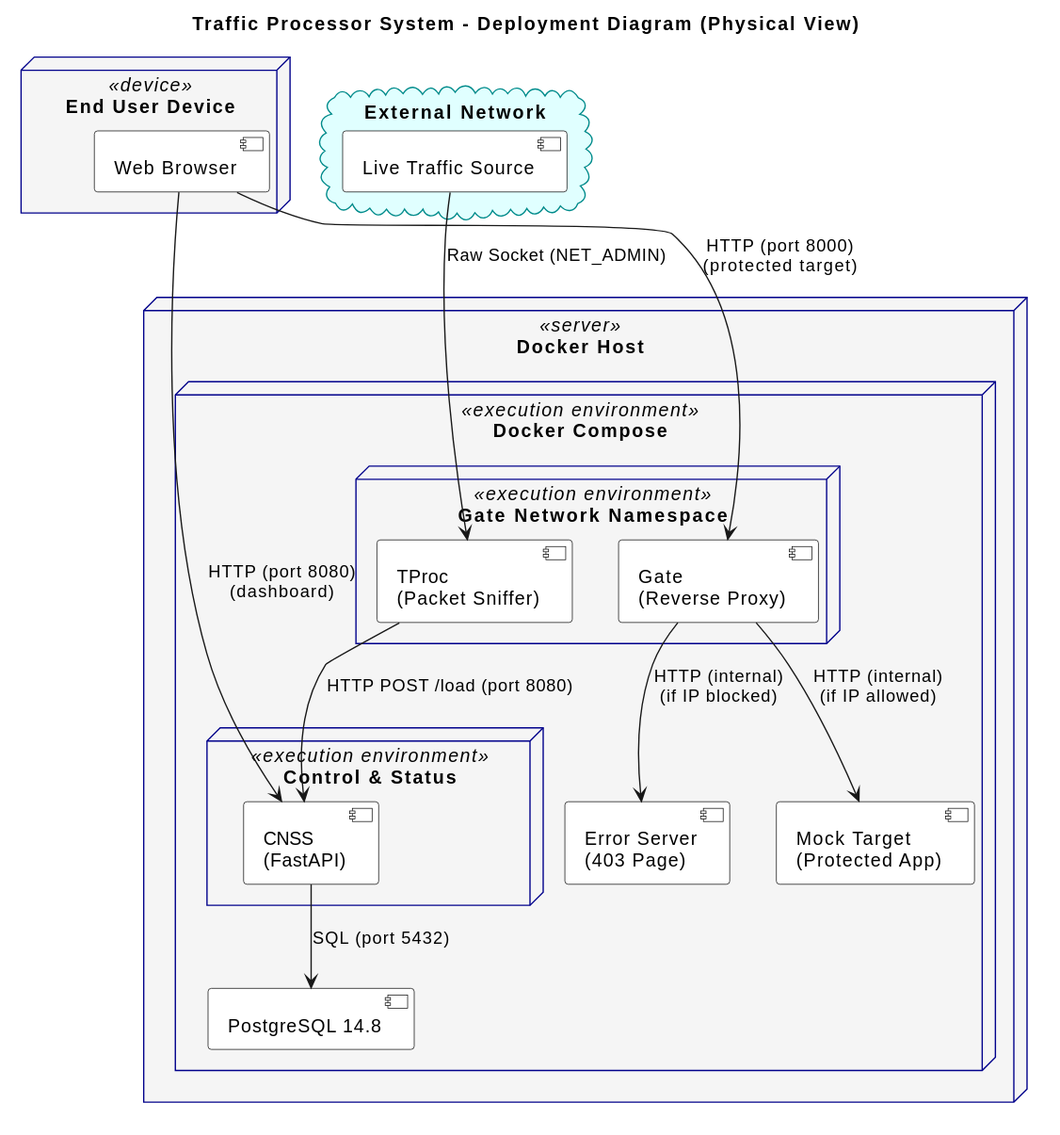
SWP-Team-46/Traffic-Proccessor keeps this PlantUML diagram as docs/architecture/deployment-view/deployment-diagram.svg. Above is the earlier version.
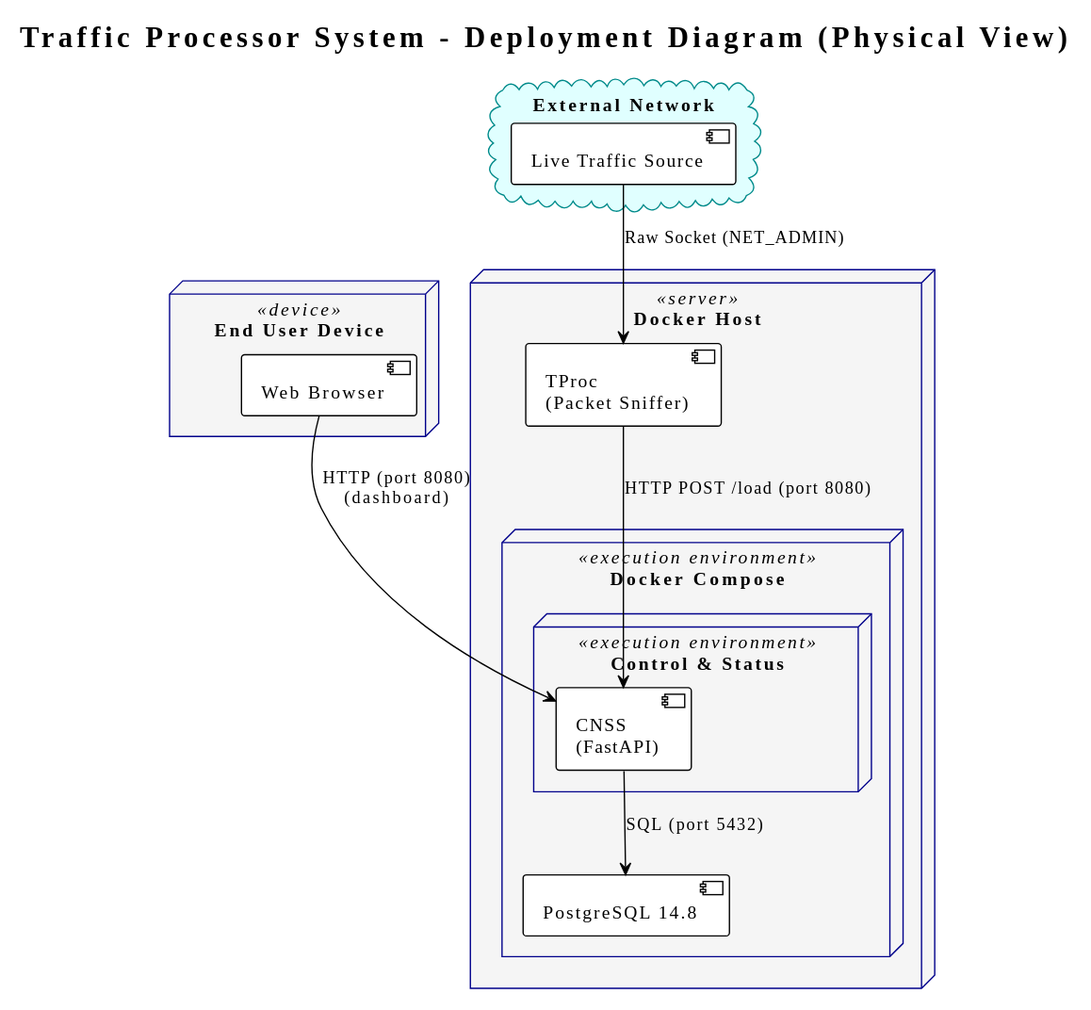
After the change.

What changed in the source:
```diff
@@ -1,4 +1,6 @@
 @startuml
+!theme plain
+
 skinparam node {
   BackgroundColor WhiteSmoke
   BorderColor DarkBlue
@@ -34,30 +36,20 @@
 
   node "Docker Compose" <<execution environment>> as Compose {
 
-    node "Gate Network Namespace" <<execution environment>> as GateNet {
-      component [Gate\n(Reverse Proxy)] as gate
-      component [TProc\n(Packet Sniffer)] as tproc
-    }
-
-    component [Mock Target\n(Protected App)] as mock_target
-    component [Error Server\n(403 Page)] as error_server
-
     node "Control & Status" <<execution environment>> {
       component [CNSS\n(FastAPI)] as cnss
     }
 
     database [PostgreSQL 14.8] as postgres
   }
+
+  component [TProc\n(Packet Sniffer)] as tproc
 }
 
 network --> tproc : Raw Socket (NET_ADMIN)
 tproc --> cnss : HTTP POST /load (port 8080)
 
-browser --> gate : HTTP (port 8000)\n(protected target)
 browser --> cnss : HTTP (port 8080)\n(dashboard)
-
-gate --> mock_target : HTTP (internal)\n(if IP allowed)
-gate --> error_server : HTTP (internal)\n(if IP blocked)
 
 cnss --> postgres : SQL (port 5432)
 @enduml
```
